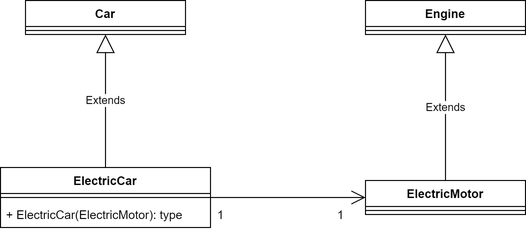
The draw.io diagram ex-2-uml/ex-2-lvl-0.drawio.png in MSlezak2/W7-SI, before a commit. Source tidied: cells renumbered, new cells last; positions are measured from the earlier drawing's top-left corner, leaving out a move shared by most shapes.
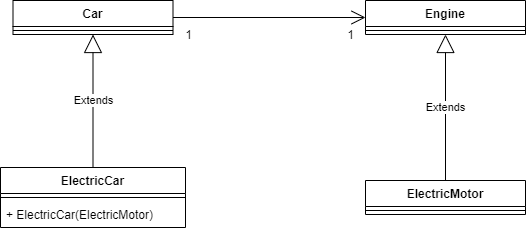
Above is the later version.

Commit message:
Add the rest of the uml class diagrams (ex-2)

What changed in the source:
```diff
@@ -3,19 +3,19 @@
     <mxCell id="0" />
     <mxCell id="1" parent="0" />
     <mxCell id="2" value="Car" style="swimlane;fontStyle=1;align=center;verticalAlign=top;horizontal=1;startSize=26;" parent="1" vertex="1">
-      <mxGeometry x="25" width="160" height="34" as="geometry" />
+      <mxGeometry x="12.5" width="160" height="34" as="geometry" />
     </mxCell>
     <mxCell id="3" style="line;strokeWidth=1;fillColor=none;align=left;verticalAlign=middle;spacingTop=-1;spacingLeft=3;spacingRight=3;labelPosition=right;" parent="2" vertex="1">
       <mxGeometry y="26" width="160" height="8" as="geometry" />
     </mxCell>
     <mxCell id="4" value="ElectricCar" style="swimlane;fontStyle=1;align=center;verticalAlign=top;horizontal=1;startSize=26;" parent="1" vertex="1">
-      <mxGeometry y="167" width="210" height="60" as="geometry" />
+      <mxGeometry y="167" width="185" height="60" as="geometry" />
     </mxCell>
     <mxCell id="5" style="line;strokeWidth=1;fillColor=none;align=left;verticalAlign=middle;spacingTop=-1;spacingLeft=3;spacingRight=3;labelPosition=right;" parent="4" vertex="1">
-      <mxGeometry y="26" width="210" height="8" as="geometry" />
+      <mxGeometry y="26" width="185" height="8" as="geometry" />
     </mxCell>
-    <mxCell id="6" value="+ ElectricCar(ElectricMotor): type" style="text;strokeColor=none;fillColor=none;align=left;verticalAlign=top;spacingLeft=4;spacingRight=4;overflow=hidden;" parent="4" vertex="1">
-      <mxGeometry y="34" width="210" height="26" as="geometry" />
+    <mxCell id="6" value="+ ElectricCar(ElectricMotor)" style="text;strokeColor=none;fillColor=none;align=left;verticalAlign=top;spacingLeft=4;spacingRight=4;overflow=hidden;" parent="4" vertex="1">
+      <mxGeometry y="34" width="185" height="26" as="geometry" />
     </mxCell>
     <mxCell id="7" value="Engine&#10;" style="swimlane;fontStyle=1;align=center;verticalAlign=top;horizontal=1;startSize=26;" parent="1" vertex="1">
       <mxGeometry x="365" width="160" height="34" as="geometry" />
@@ -36,12 +36,12 @@
       <mxGeometry relative="1" as="geometry" />
     </mxCell>
     <mxCell id="13" value="1" style="text;html=1;align=center;verticalAlign=middle;strokeColor=none;fillColor=none;" parent="1" vertex="1">
-      <mxGeometry x="205" y="200" width="30" height="30" as="geometry" />
+      <mxGeometry x="172.5" y="20" width="30" height="30" as="geometry" />
     </mxCell>
     <mxCell id="14" value="1" style="text;html=1;align=center;verticalAlign=middle;strokeColor=none;fillColor=none;" parent="1" vertex="1">
-      <mxGeometry x="325" y="200" width="30" height="30" as="geometry" />
+      <mxGeometry x="335" y="20" width="30" height="30" as="geometry" />
     </mxCell>
-    <mxCell id="15" style="endArrow=open;endFill=1;endSize=12;html=1;rounded=0;" parent="1" edge="1" source="4" target="9">
+    <mxCell id="15" style="endArrow=open;endFill=1;endSize=12;html=1;rounded=0;exitX=1;exitY=0.5;exitDx=0;exitDy=0;" parent="1" edge="1" source="2" target="7">
       <mxGeometry relative="1" as="geometry" />
     </mxCell>
   </root>
```
